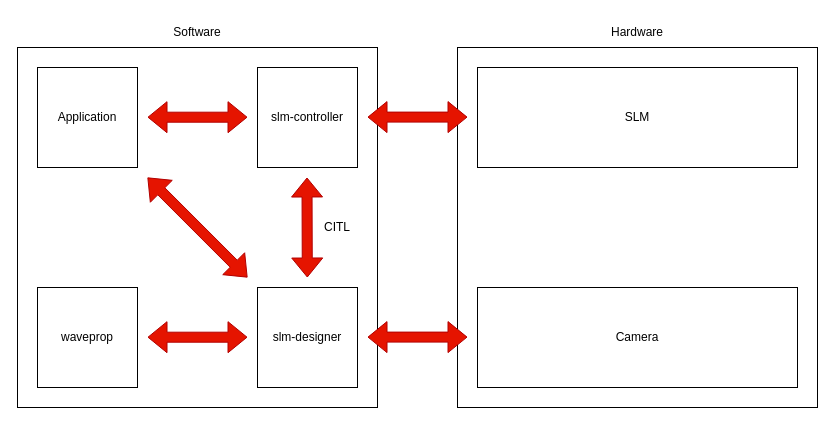
This is documentation/images/structure.drawio from nbaehler/mask-designer, a draw.io file, before an edit. Source tidied: cells renumbered, new cells numbered last; positions are measured from the earlier drawing's top-left corner, leaving out a move shared by most shapes. Both pictures are drawn from the tidied source at 100%, with x=0, y=0 at pixel (17, 17).
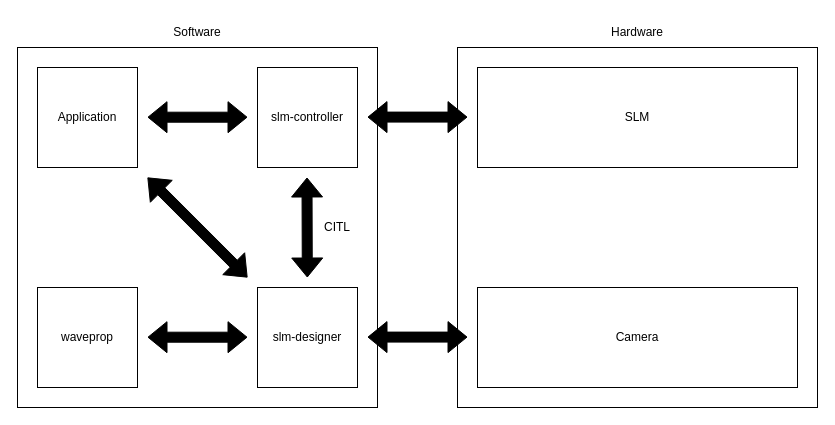
The same diagram, later.

What changed in the source:
```diff
@@
-    <mxCell id="3" style="shape=flexArrow;endArrow=classic;startArrow=classic;html=1;rounded=0;fillColor=#e51400;strokeColor=#B20000;" parent="1" edge="1">
+    <mxCell id="3" style="shape=flexArrow;endArrow=classic;startArrow=classic;html=1;rounded=0;fillColor=#000000;" parent="1" edge="1">
       <mxGeometry relative="1" as="geometry">
         <mxPoint x="289.8" y="260" as="sourcePoint" />
         <mxPoint x="289.5" y="160" as="targetPoint" />
       </mxGeometry>
     </mxCell>
-    <mxCell id="4" style="shape=flexArrow;endArrow=classic;startArrow=classic;html=1;rounded=0;fillColor=#e51400;strokeColor=#B20000;" parent="1" edge="1">
+    <mxCell id="4" style="shape=flexArrow;endArrow=classic;startArrow=classic;html=1;rounded=0;fillColor=#000000;" parent="1" edge="1">
       <mxGeometry relative="1" as="geometry">
         <mxPoint x="230" y="99.7" as="sourcePoint" />
         <mxPoint x="130" y="99.7" as="targetPoint" />
       </mxGeometry>
     </mxCell>
-    <mxCell id="5" style="shape=flexArrow;endArrow=classic;startArrow=classic;html=1;rounded=0;fillColor=#e51400;strokeColor=#B20000;" parent="1" edge="1">
+    <mxCell id="5" style="shape=flexArrow;endArrow=classic;startArrow=classic;html=1;rounded=0;fillColor=#000000;" parent="1" edge="1">
       <mxGeometry relative="1" as="geometry">
         <mxPoint x="230" y="319.7" as="sourcePoint" />
         <mxPoint x="130" y="319.7" as="targetPoint" />
       </mxGeometry>
     </mxCell>
-    <mxCell id="6" style="shape=flexArrow;endArrow=classic;startArrow=classic;html=1;rounded=0;fillColor=#e51400;strokeColor=#B20000;" parent="1" edge="1">
+    <mxCell id="6" style="shape=flexArrow;endArrow=classic;startArrow=classic;html=1;rounded=0;fillColor=#000000;" parent="1" edge="1">
       <mxGeometry relative="1" as="geometry">
         <mxPoint x="230" y="260" as="sourcePoint" />
         <mxPoint x="130" y="160" as="targetPoint" />
       </mxGeometry>
     </mxCell>
@@
-    <mxCell id="15" style="shape=flexArrow;endArrow=classic;startArrow=classic;html=1;rounded=0;fillColor=#e51400;strokeColor=#B20000;" parent="1" edge="1">
+    <mxCell id="15" style="shape=flexArrow;endArrow=classic;startArrow=classic;html=1;rounded=0;fillColor=#000000;" parent="1" edge="1">
       <mxGeometry relative="1" as="geometry">
         <mxPoint x="450" y="99.6" as="sourcePoint" />
         <mxPoint x="350" y="99.6" as="targetPoint" />
       </mxGeometry>
     </mxCell>
-    <mxCell id="16" style="shape=flexArrow;endArrow=classic;startArrow=classic;html=1;rounded=0;fillColor=#e51400;strokeColor=#B20000;" parent="1" edge="1">
+    <mxCell id="16" style="shape=flexArrow;endArrow=classic;startArrow=classic;html=1;rounded=0;fillColor=#000000;" parent="1" edge="1">
       <mxGeometry relative="1" as="geometry">
         <mxPoint x="450" y="319.6" as="sourcePoint" />
         <mxPoint x="350" y="319.6" as="targetPoint" />
       </mxGeometry>
     </mxCell>
```
